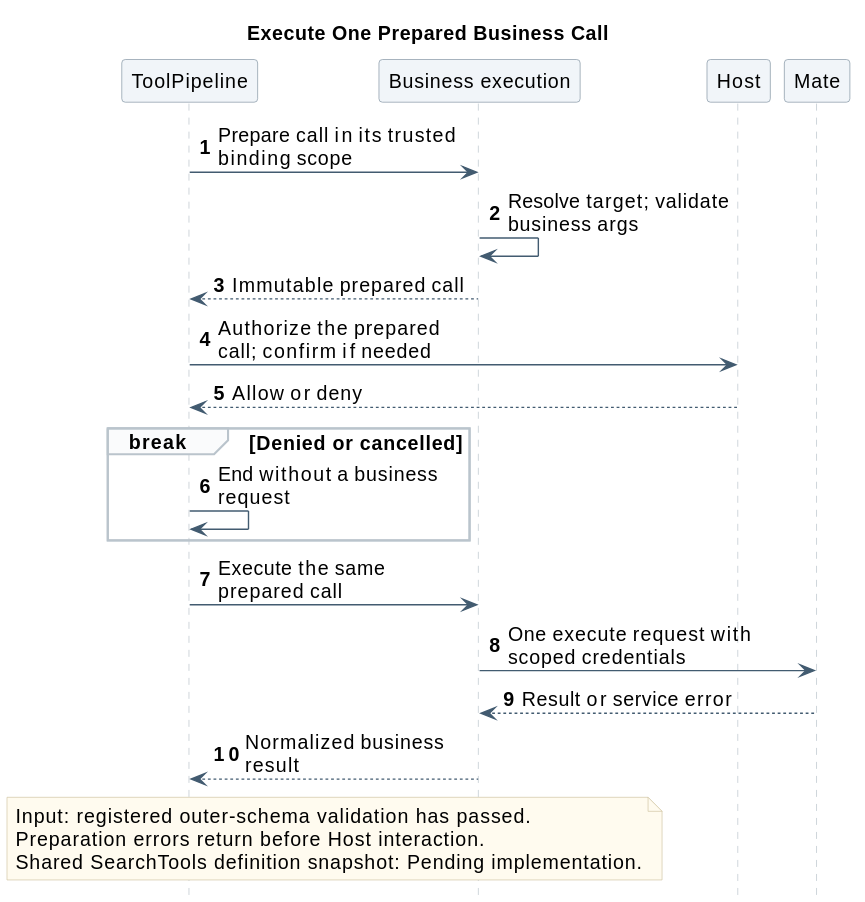
Before: 01-总体架构/02-CampusClaw工具系统/call_mate_tool_sequence.svg, a diagram exported from PlantUML (ssm0808/pi-mono-java-design).
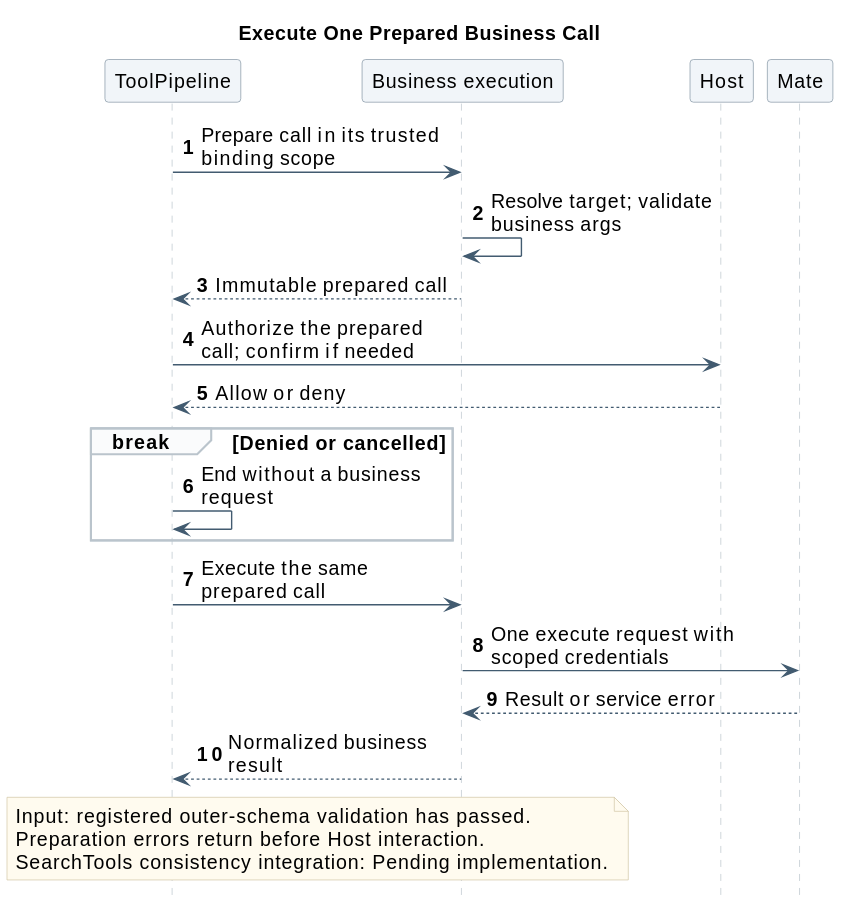
After the commit.

Change to the diagram source:
```diff
@@ -36,6 +36,6 @@
 note over Pipeline,Execution
   Input: registered outer-schema validation has passed.
   Preparation errors return before Host interaction.
-  Shared SearchTools definition snapshot: Pending implementation.
+  SearchTools consistency integration: Pending implementation.
 end note
 @enduml
```
